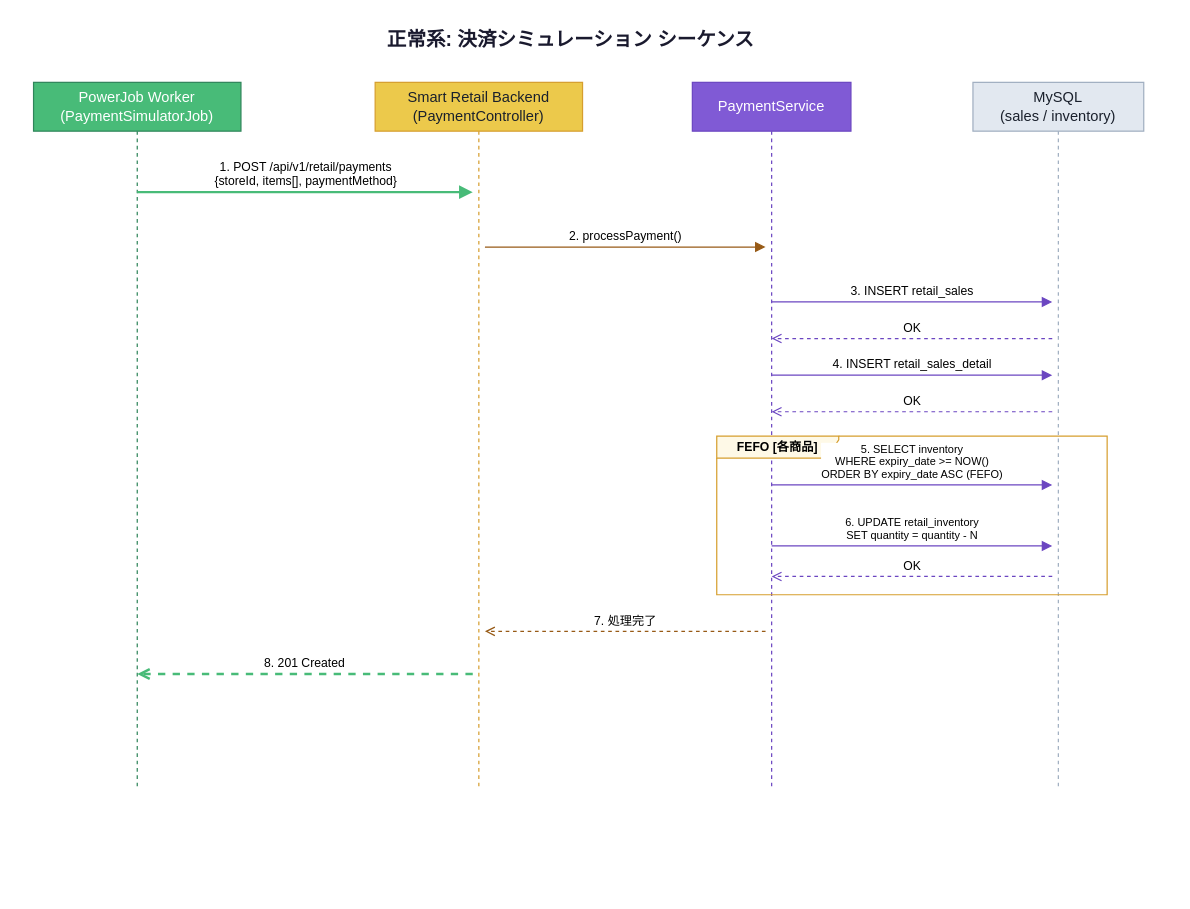
This is page "2. 正常系 決済" (3 of 6) of docs/adr/ADR-004-PowerJob-sequence.drawio from jasonw-lab/smart-retail, a draw.io file, before an edit. Source tidied: cells renumbered, new cells numbered last; positions are measured from the earlier drawing's top-left corner, leaving out a move shared by most shapes. Both pictures are drawn from the tidied source at 122%, with x=0, y=0 at pixel (33, 21).
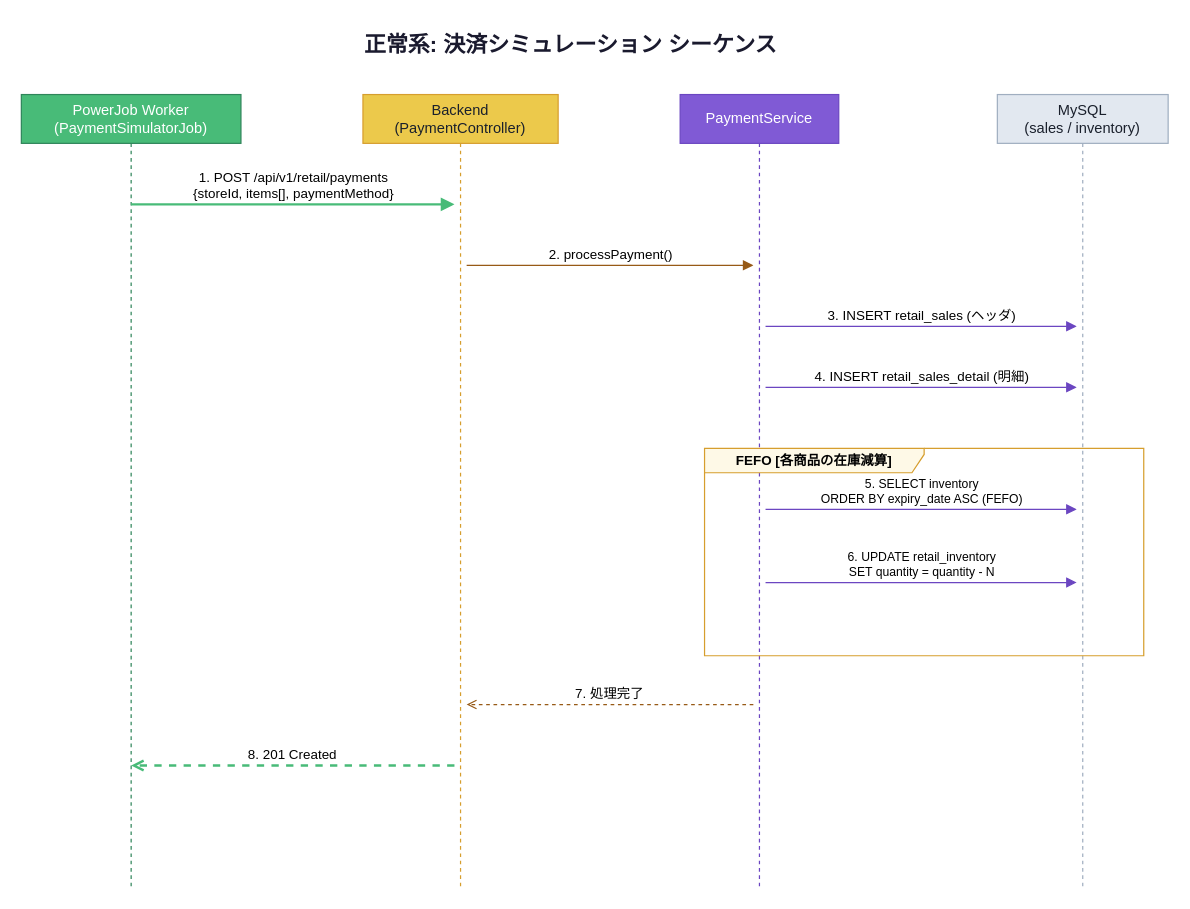
The same diagram, later.

Diff of the diagram source:
```diff
@@
-    <mxCell id="2" value="正常系: 決済シミュレーション シーケンス" style="text;html=1;align=center;verticalAlign=middle;fontSize=16;fontStyle=1;fontColor=#1a1a2e;" parent="1" vertex="1">
-      <mxGeometry x="240" width="400" height="30" as="geometry" />
+    <mxCell id="2" value="正常系: 決済シミュレーション シーケンス" style="text;html=1;align=center;verticalAlign=middle;fontSize=18;fontStyle=1;fontColor=#1a1a2e;" parent="1" vertex="1">
+      <mxGeometry x="220" y="5" width="440" height="30" as="geometry" />
     </mxCell>
-    <mxCell id="3" value="PowerJob Worker&#10;(PaymentSimulatorJob)" style="shape=umlLifeline;perimeter=lifelinePerimeter;whiteSpace=wrap;html=1;fillColor=#48bb78;fontColor=#fff;strokeColor=#2f855a;size=40;" parent="1" vertex="1">
-      <mxGeometry y="50" width="170" height="580" as="geometry" />
+    <mxCell id="3" value="PowerJob Worker&#10;(PaymentSimulatorJob)" style="shape=umlLifeline;perimeter=lifelinePerimeter;whiteSpace=wrap;html=1;fillColor=#48bb78;fontColor=#ffffff;strokeColor=#2f855a;size=40;" parent="1" vertex="1">
+      <mxGeometry x="-10" y="60" width="180" height="650" as="geometry" />
     </mxCell>
-    <mxCell id="4" value="Smart Retail Backend&#10;(PaymentController)" style="shape=umlLifeline;perimeter=lifelinePerimeter;whiteSpace=wrap;html=1;fillColor=#ecc94b;fontColor=#1a202c;strokeColor=#d69e2e;size=40;" parent="1" vertex="1">
-      <mxGeometry x="280" y="50" width="170" height="580" as="geometry" />
-    </mxCell>
+    <mxCell id="19" value="Backend&#10;(PaymentController)" style="shape=umlLifeline;perimeter=lifelinePerimeter;whiteSpace=wrap;html=1;fillColor=#ecc94b;fontColor=#1a202c;strokeColor=#d69e2e;size=40;" parent="1" vertex="1">
+      <mxGeometry x="270" y="60" width="160" height="650" as="geometry" />
+    </mxCell>
-    <mxCell id="5" value="PaymentService" style="shape=umlLifeline;perimeter=lifelinePerimeter;whiteSpace=wrap;html=1;fillColor=#805ad5;fontColor=#fff;strokeColor=#6b46c1;size=40;" parent="1" vertex="1">
-      <mxGeometry x="540" y="50" width="130" height="580" as="geometry" />
+    <mxCell id="5" value="PaymentService" style="shape=umlLifeline;perimeter=lifelinePerimeter;whiteSpace=wrap;html=1;fillColor=#805ad5;fontColor=#ffffff;strokeColor=#6b46c1;size=40;" parent="1" vertex="1">
+      <mxGeometry x="530" y="60" width="130" height="650" as="geometry" />
     </mxCell>
     <mxCell id="6" value="MySQL&#10;(sales / inventory)" style="shape=umlLifeline;perimeter=lifelinePerimeter;whiteSpace=wrap;html=1;fillColor=#e2e8f0;fontColor=#1a202c;strokeColor=#a0aec0;size=40;" parent="1" vertex="1">
-      <mxGeometry x="770" y="50" width="140" height="580" as="geometry" />
+      <mxGeometry x="790" y="60" width="140" height="650" as="geometry" />
     </mxCell>
-    <mxCell id="7" value="1. POST /api/v1/retail/payments&#10;{storeId, items[], paymentMethod}" style="html=1;verticalAlign=bottom;endArrow=block;strokeColor=#48bb78;strokeWidth=2;fontSize=10;" parent="1" edge="1">
+    <mxCell id="7" value="1. POST /api/v1/retail/payments&#10;{storeId, items[], paymentMethod}" style="html=1;verticalAlign=bottom;endArrow=block;strokeColor=#48bb78;strokeWidth=2;fontSize=11;" parent="1" edge="1">
       <mxGeometry relative="1" as="geometry">
-        <mxPoint x="85" y="140" as="sourcePoint" />
-        <mxPoint x="360" y="140" as="targetPoint" />
+        <mxPoint x="80" y="150" as="sourcePoint" />
+        <mxPoint x="345" y="150" as="targetPoint" />
       </mxGeometry>
     </mxCell>
-    <mxCell id="8" value="2. processPayment()" style="html=1;verticalAlign=bottom;endArrow=block;strokeColor=#975a16;strokeWidth=1;fontSize=10;" parent="1" edge="1">
+    <mxCell id="8" value="2. processPayment()" style="html=1;verticalAlign=bottom;endArrow=block;strokeColor=#975a16;strokeWidth=1;fontSize=11;" parent="1" edge="1">
       <mxGeometry relative="1" as="geometry">
-        <mxPoint x="370" y="185" as="sourcePoint" />
-        <mxPoint x="600" y="185" as="targetPoint" />
+        <mxPoint x="355" y="200" as="sourcePoint" />
+        <mxPoint x="590" y="200" as="targetPoint" />
       </mxGeometry>
     </mxCell>
-    <mxCell id="9" value="3. INSERT retail_sales" style="html=1;verticalAlign=bottom;endArrow=block;strokeColor=#6b46c1;strokeWidth=1;fontSize=10;" parent="1" edge="1">
-      <mxGeometry relative="1" as="geometry">
-        <mxPoint x="605" y="230" as="sourcePoint" />
-        <mxPoint x="835" y="230" as="targetPoint" />
-      </mxGeometry>
-    </mxCell>
-    <mxCell id="10" value="OK" style="html=1;verticalAlign=bottom;endArrow=open;dashed=1;strokeColor=#6b46c1;strokeWidth=1;fontSize=10;" parent="1" edge="1">
-      <mxGeometry relative="1" as="geometry">
-        <mxPoint x="835" y="260" as="sourcePoint" />
-        <mxPoint x="605" y="260" as="targetPoint" />
-      </mxGeometry>
-    </mxCell>
-    <mxCell id="11" value="4. INSERT retail_sales_detail" style="html=1;verticalAlign=bottom;endArrow=block;strokeColor=#6b46c1;strokeWidth=1;fontSize=10;" parent="1" edge="1">
-      <mxGeometry relative="1" as="geometry">
-        <mxPoint x="605" y="290" as="sourcePoint" />
-        <mxPoint x="835" y="290" as="targetPoint" />
-      </mxGeometry>
-    </mxCell>
-    <mxCell id="12" value="OK" style="html=1;verticalAlign=bottom;endArrow=open;dashed=1;strokeColor=#6b46c1;strokeWidth=1;fontSize=10;" parent="1" edge="1">
-      <mxGeometry relative="1" as="geometry">
-        <mxPoint x="835" y="320" as="sourcePoint" />
-        <mxPoint x="605" y="320" as="targetPoint" />
-      </mxGeometry>
-    </mxCell>
-    <mxCell id="13" value="FEFO [各商品]" style="shape=umlFrame;whiteSpace=wrap;html=1;width=100;height=18;fillColor=#fef9e7;strokeColor=#d69e2e;fontStyle=1;fontSize=10;" parent="1" vertex="1">
-      <mxGeometry x="560" y="340" width="320" height="130" as="geometry" />
-    </mxCell>
-    <mxCell id="14" value="5. SELECT inventory&#10;WHERE expiry_date &gt;= NOW()&#10;ORDER BY expiry_date ASC (FEFO)" style="html=1;verticalAlign=bottom;endArrow=block;strokeColor=#6b46c1;strokeWidth=1;fontSize=9;" parent="1" edge="1">
-      <mxGeometry relative="1" as="geometry">
-        <mxPoint x="605" y="380" as="sourcePoint" />
-        <mxPoint x="835" y="380" as="targetPoint" />
-      </mxGeometry>
-    </mxCell>
+    <mxCell id="20" value="3. INSERT retail_sales (ヘッダ)" style="html=1;verticalAlign=bottom;endArrow=block;strokeColor=#6b46c1;strokeWidth=1;fontSize=11;" parent="1" edge="1">
+      <mxGeometry relative="1" as="geometry">
+        <mxPoint x="600" y="250" as="sourcePoint" />
+        <mxPoint x="855" y="250" as="targetPoint" />
+      </mxGeometry>
+    </mxCell>
+    <mxCell id="21" value="4. INSERT retail_sales_detail (明細)" style="html=1;verticalAlign=bottom;endArrow=block;strokeColor=#6b46c1;strokeWidth=1;fontSize=11;" parent="1" edge="1">
+      <mxGeometry relative="1" as="geometry">
+        <mxPoint x="600" y="300" as="sourcePoint" />
+        <mxPoint x="855" y="300" as="targetPoint" />
+      </mxGeometry>
+    </mxCell>
+    <mxCell id="22" value="FEFO [各商品の在庫減算]" style="shape=umlFrame;whiteSpace=wrap;html=1;width=180;height=20;fillColor=#fef9e7;strokeColor=#d69e2e;fontStyle=1;fontSize=11;" parent="1" vertex="1">
+      <mxGeometry x="550" y="350" width="360" height="170" as="geometry" />
+    </mxCell>
+    <mxCell id="23" value="5. SELECT inventory&#10;ORDER BY expiry_date ASC (FEFO)" style="html=1;verticalAlign=bottom;endArrow=block;strokeColor=#6b46c1;strokeWidth=1;fontSize=10;" parent="1" edge="1">
+      <mxGeometry relative="1" as="geometry">
+        <mxPoint x="600" y="400" as="sourcePoint" />
+        <mxPoint x="855" y="400" as="targetPoint" />
+      </mxGeometry>
+    </mxCell>
-    <mxCell id="15" value="6. UPDATE retail_inventory&#10;SET quantity = quantity - N" style="html=1;verticalAlign=bottom;endArrow=block;strokeColor=#6b46c1;strokeWidth=1;fontSize=9;" parent="1" edge="1">
+    <mxCell id="15" value="6. UPDATE retail_inventory&#10;SET quantity = quantity - N" style="html=1;verticalAlign=bottom;endArrow=block;strokeColor=#6b46c1;strokeWidth=1;fontSize=10;" parent="1" edge="1">
       <mxGeometry relative="1" as="geometry">
-        <mxPoint x="605" y="430" as="sourcePoint" />
-        <mxPoint x="835" y="430" as="targetPoint" />
+        <mxPoint x="600" y="460" as="sourcePoint" />
+        <mxPoint x="855" y="460" as="targetPoint" />
       </mxGeometry>
     </mxCell>
-    <mxCell id="16" value="OK" style="html=1;verticalAlign=bottom;endArrow=open;dashed=1;strokeColor=#6b46c1;strokeWidth=1;fontSize=10;" parent="1" edge="1">
-      <mxGeometry relative="1" as="geometry">
-        <mxPoint x="835" y="455" as="sourcePoint" />
-        <mxPoint x="605" y="455" as="targetPoint" />
-      </mxGeometry>
-    </mxCell>
-    <mxCell id="17" value="7. 処理完了" style="html=1;verticalAlign=bottom;endArrow=open;dashed=1;strokeColor=#975a16;strokeWidth=1;fontSize=10;" parent="1" edge="1">
+    <mxCell id="17" value="7. 処理完了" style="html=1;verticalAlign=bottom;endArrow=open;dashed=1;strokeColor=#975a16;strokeWidth=1;fontSize=11;" parent="1" edge="1">
       <mxGeometry relative="1" as="geometry">
-        <mxPoint x="600" y="500" as="sourcePoint" />
-        <mxPoint x="370" y="500" as="targetPoint" />
+        <mxPoint x="590" y="560" as="sourcePoint" />
+        <mxPoint x="355" y="560" as="targetPoint" />
       </mxGeometry>
     </mxCell>
-    <mxCell id="18" value="8. 201 Created" style="html=1;verticalAlign=bottom;endArrow=open;dashed=1;strokeColor=#48bb78;strokeWidth=2;fontSize=10;" parent="1" edge="1">
+    <mxCell id="18" value="8. 201 Created" style="html=1;verticalAlign=bottom;endArrow=open;dashed=1;strokeColor=#48bb78;strokeWidth=2;fontSize=11;" parent="1" edge="1">
       <mxGeometry relative="1" as="geometry">
-        <mxPoint x="360" y="535" as="sourcePoint" />
-        <mxPoint x="85" y="535" as="targetPoint" />
+        <mxPoint x="345" y="610" as="sourcePoint" />
+        <mxPoint x="80" y="610" as="targetPoint" />
       </mxGeometry>
     </mxCell>
```
